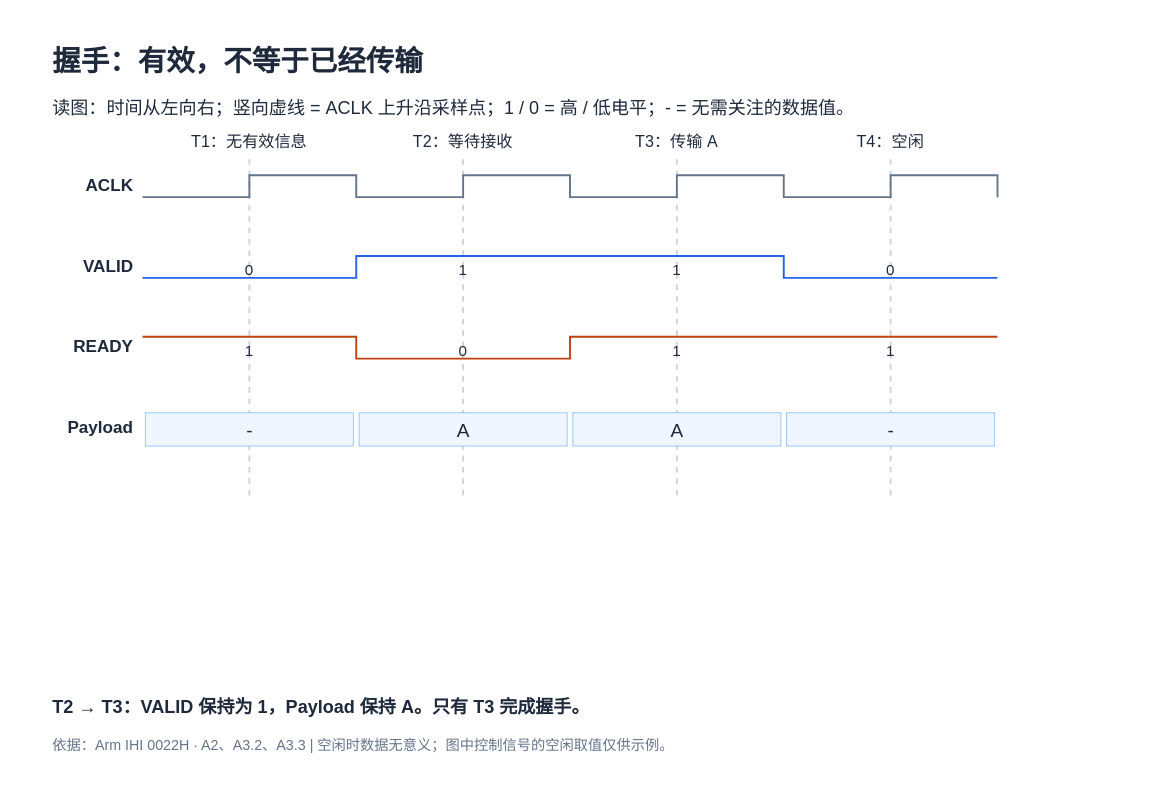
The draw.io diagram image/axi-a2/01-handshake.drawio in lja1589767265-coder/AXI, before the edit. Source tidied: cells renumbered, new cells numbered last; positions are measured from the earlier drawing's top-left corner, leaving out a move shared by most shapes. Both pictures are drawn from the tidied source at 95%, with x=0, y=0 at pixel (16, 16).
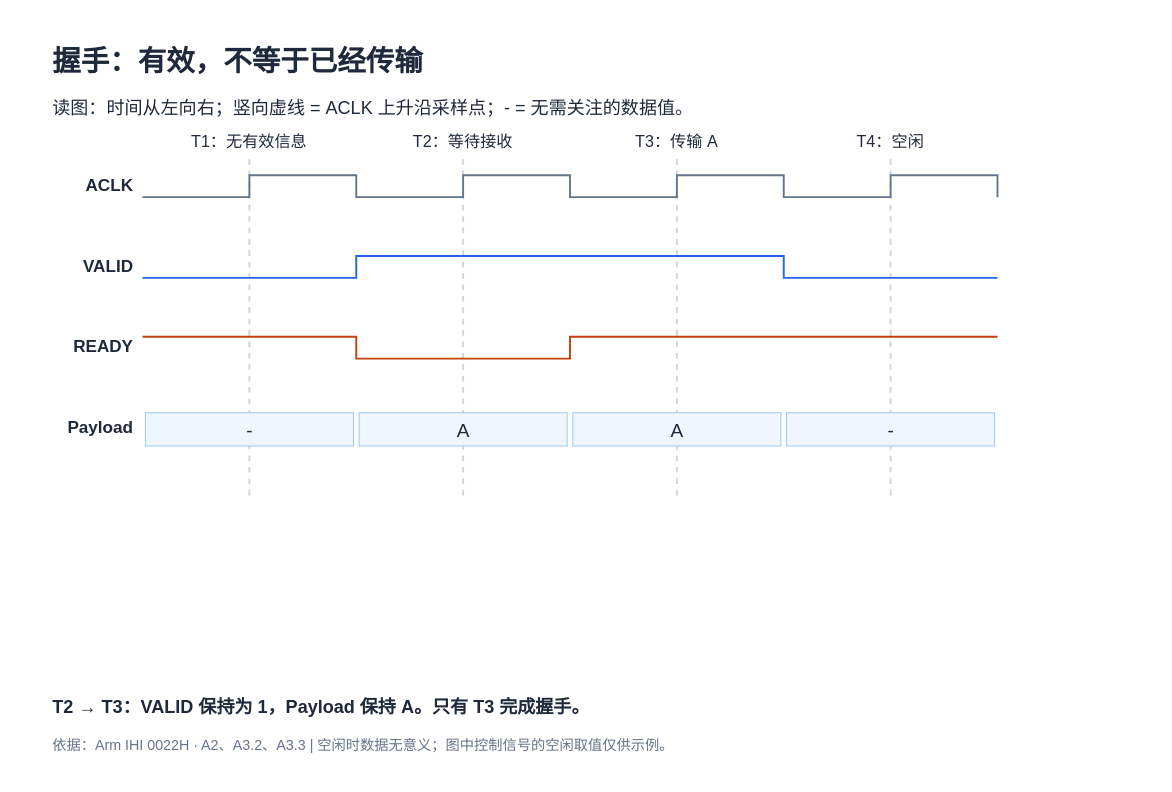
The same diagram, later.

Commit message:
docs: simplify handshake timing labels

Change to the diagram source:
```diff
@@
-    <mxCell id="4" value="读图：时间从左向右；竖向虚线 = ACLK 上升沿采样点；1 / 0 = 高 / 低电平；- = 无需关注的数据值。" style="text;html=0;whiteSpace=wrap;fontFamily=Microsoft YaHei;fontColor=#1e293b;verticalAlign=middle;fontSize=19;align=left;" parent="1" vertex="1">
+    <mxCell id="4" value="读图：时间从左向右；竖向虚线 = ACLK 上升沿采样点；- = 无需关注的数据值。" style="text;html=0;whiteSpace=wrap;fontFamily=Microsoft YaHei;fontColor=#1e293b;verticalAlign=middle;fontSize=19;align=left;" parent="1" vertex="1">
       <mxGeometry x="36" y="80" width="1128" height="34" as="geometry" />
     </mxCell>
@@
-    <mxCell id="16" value="0" style="text;html=0;whiteSpace=wrap;fontFamily=Microsoft YaHei;fontColor=#1e293b;verticalAlign=middle;fontSize=16;align=center;" parent="1" vertex="1">
-      <mxGeometry x="230" y="255" width="30" height="24" as="geometry" />
-    </mxCell>
-    <mxCell id="17" value="1" style="text;html=0;whiteSpace=wrap;fontFamily=Microsoft YaHei;fontColor=#1e293b;verticalAlign=middle;fontSize=16;align=center;" parent="1" vertex="1">
-      <mxGeometry x="455" y="255" width="30" height="24" as="geometry" />
-    </mxCell>
-    <mxCell id="18" value="1" style="text;html=0;whiteSpace=wrap;fontFamily=Microsoft YaHei;fontColor=#1e293b;verticalAlign=middle;fontSize=16;align=center;" parent="1" vertex="1">
-      <mxGeometry x="680" y="255" width="30" height="24" as="geometry" />
-    </mxCell>
-    <mxCell id="19" value="0" style="text;html=0;whiteSpace=wrap;fontFamily=Microsoft YaHei;fontColor=#1e293b;verticalAlign=middle;fontSize=16;align=center;" parent="1" vertex="1">
-      <mxGeometry x="905" y="255" width="30" height="24" as="geometry" />
-    </mxCell>
@@
-    <mxCell id="22" value="1" style="text;html=0;whiteSpace=wrap;fontFamily=Microsoft YaHei;fontColor=#1e293b;verticalAlign=middle;fontSize=16;align=center;" parent="1" vertex="1">
-      <mxGeometry x="230" y="340" width="30" height="24" as="geometry" />
-    </mxCell>
-    <mxCell id="23" value="0" style="text;html=0;whiteSpace=wrap;fontFamily=Microsoft YaHei;fontColor=#1e293b;verticalAlign=middle;fontSize=16;align=center;" parent="1" vertex="1">
-      <mxGeometry x="455" y="340" width="30" height="24" as="geometry" />
-    </mxCell>
-    <mxCell id="24" value="1" style="text;html=0;whiteSpace=wrap;fontFamily=Microsoft YaHei;fontColor=#1e293b;verticalAlign=middle;fontSize=16;align=center;" parent="1" vertex="1">
-      <mxGeometry x="680" y="340" width="30" height="24" as="geometry" />
-    </mxCell>
-    <mxCell id="25" value="1" style="text;html=0;whiteSpace=wrap;fontFamily=Microsoft YaHei;fontColor=#1e293b;verticalAlign=middle;fontSize=16;align=center;" parent="1" vertex="1">
-      <mxGeometry x="905" y="340" width="30" height="24" as="geometry" />
-    </mxCell>
```
